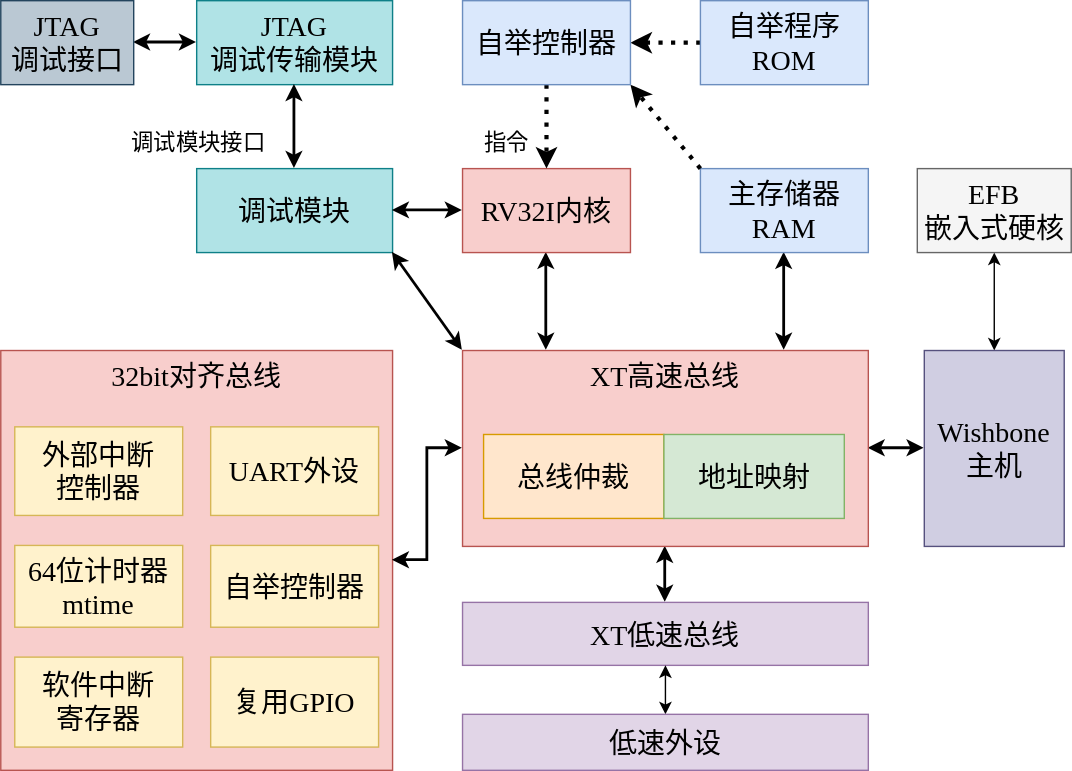
Above: assets/架构图.svg in XuanTongYao/XT_RISC-V_Soc (draw.io), before the change. Source tidied: cells renumbered, new cells last; positions are measured from the earlier drawing's top-left corner, leaving out a move shared by most shapes.
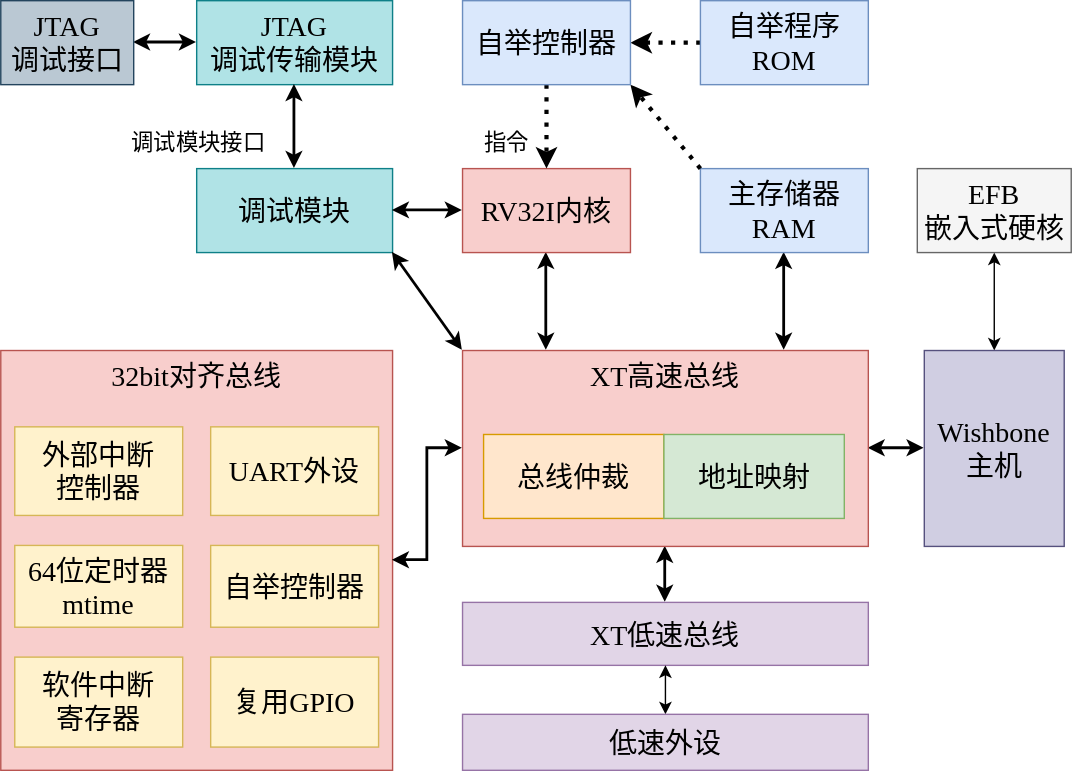
The same diagram one commit later.

The edit, as a diff of the source:
```diff
@@ -56,7 +56,7 @@
     <mxCell id="15" value="外部中断&lt;div&gt;控制器&lt;/div&gt;" style="rounded=0;whiteSpace=wrap;html=1;fillColor=#fff2cc;strokeColor=#d6b656;fontFamily=等宽正黑;fontSize=20;fontColor=default;" parent="12" vertex="1">
       <mxGeometry x="10" y="54.5" width="120" height="63.3" as="geometry" />
     </mxCell>
-    <mxCell id="16" value="64位计时器&lt;div&gt;mtime&lt;/div&gt;" style="rounded=0;whiteSpace=wrap;html=1;fillColor=#fff2cc;strokeColor=#d6b656;fontFamily=等宽正黑;fontSize=20;fontColor=default;" parent="12" vertex="1">
+    <mxCell id="16" value="64位定时器&lt;div&gt;mtime&lt;/div&gt;" style="rounded=0;whiteSpace=wrap;html=1;fillColor=#fff2cc;strokeColor=#d6b656;fontFamily=等宽正黑;fontSize=20;fontColor=default;" parent="12" vertex="1">
       <mxGeometry x="10" y="139.3" width="120" height="58.4" as="geometry" />
     </mxCell>
     <mxCell id="17" value="自举控制器" style="rounded=0;whiteSpace=wrap;html=1;fillColor=#fff2cc;strokeColor=#d6b656;fontFamily=等宽正黑;fontSize=20;fontColor=default;" parent="12" vertex="1">
```
